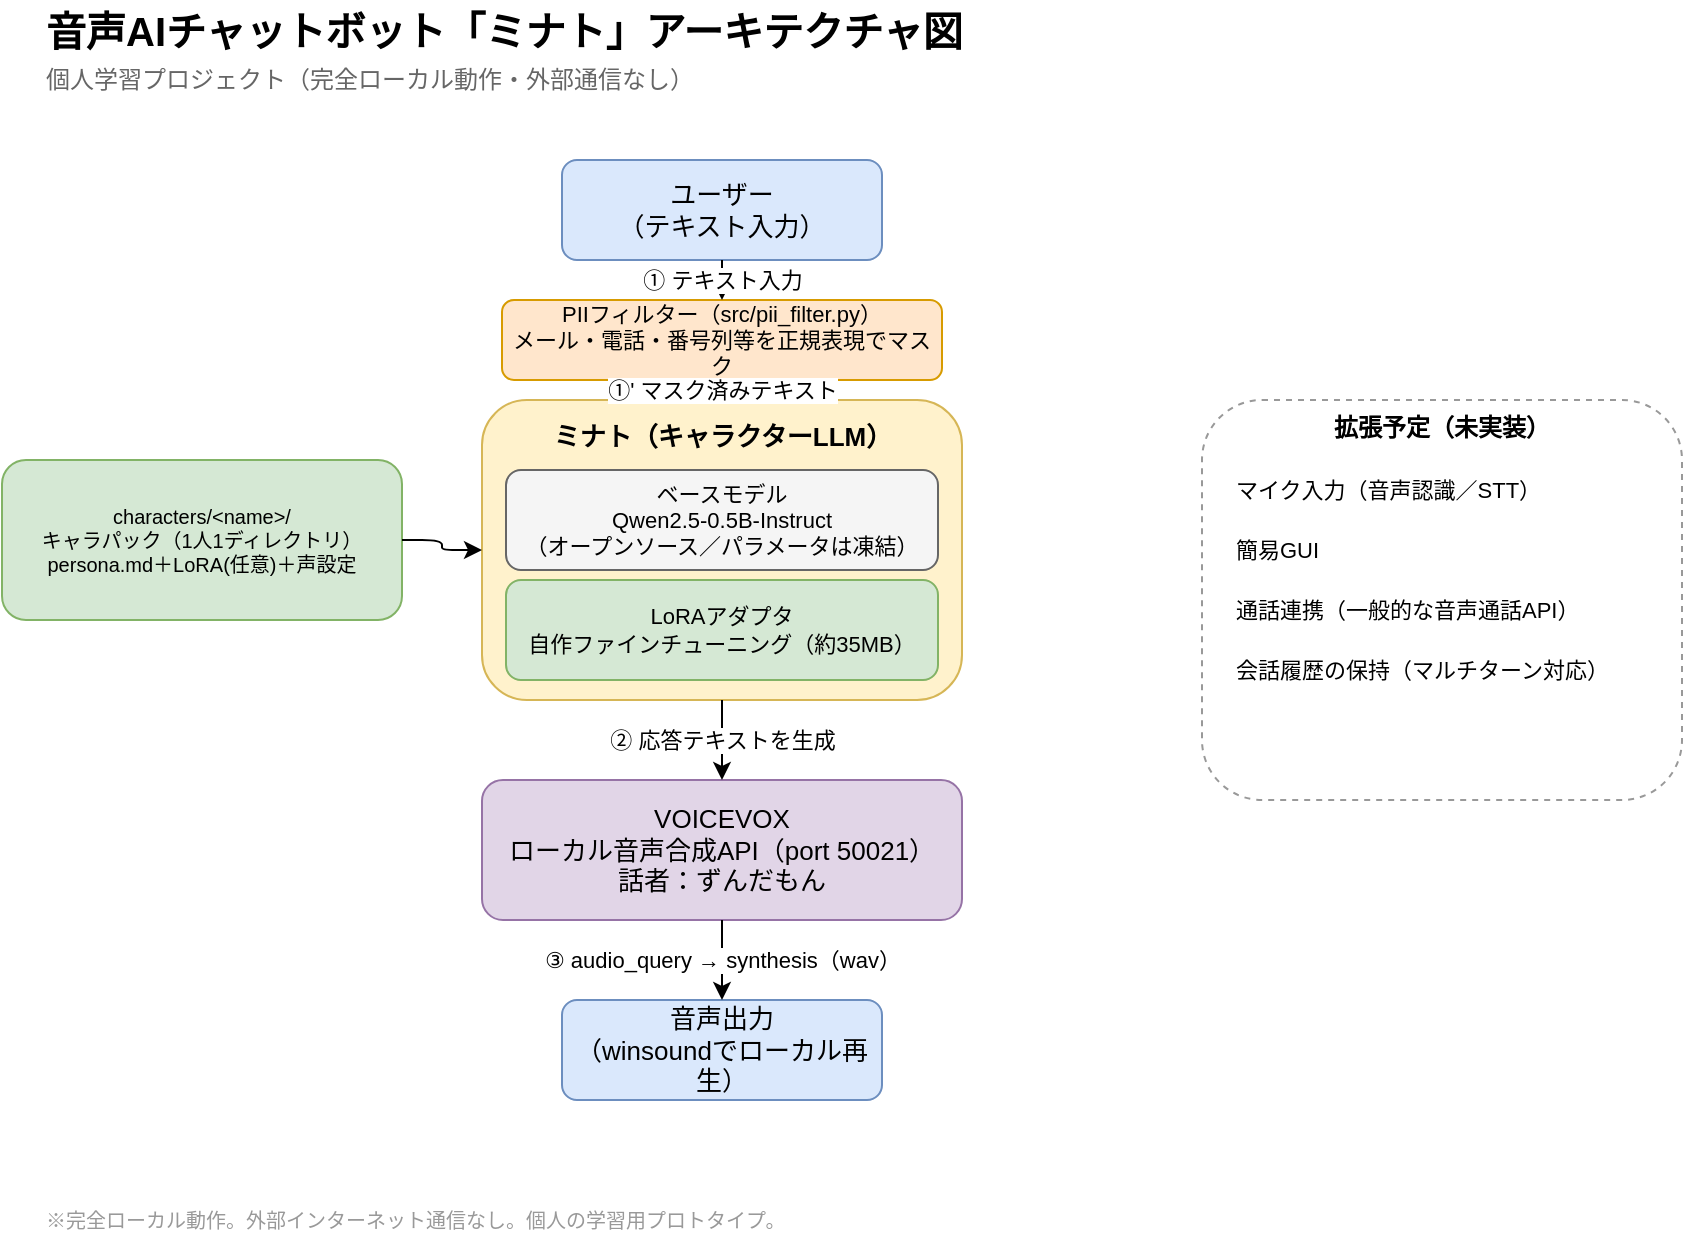
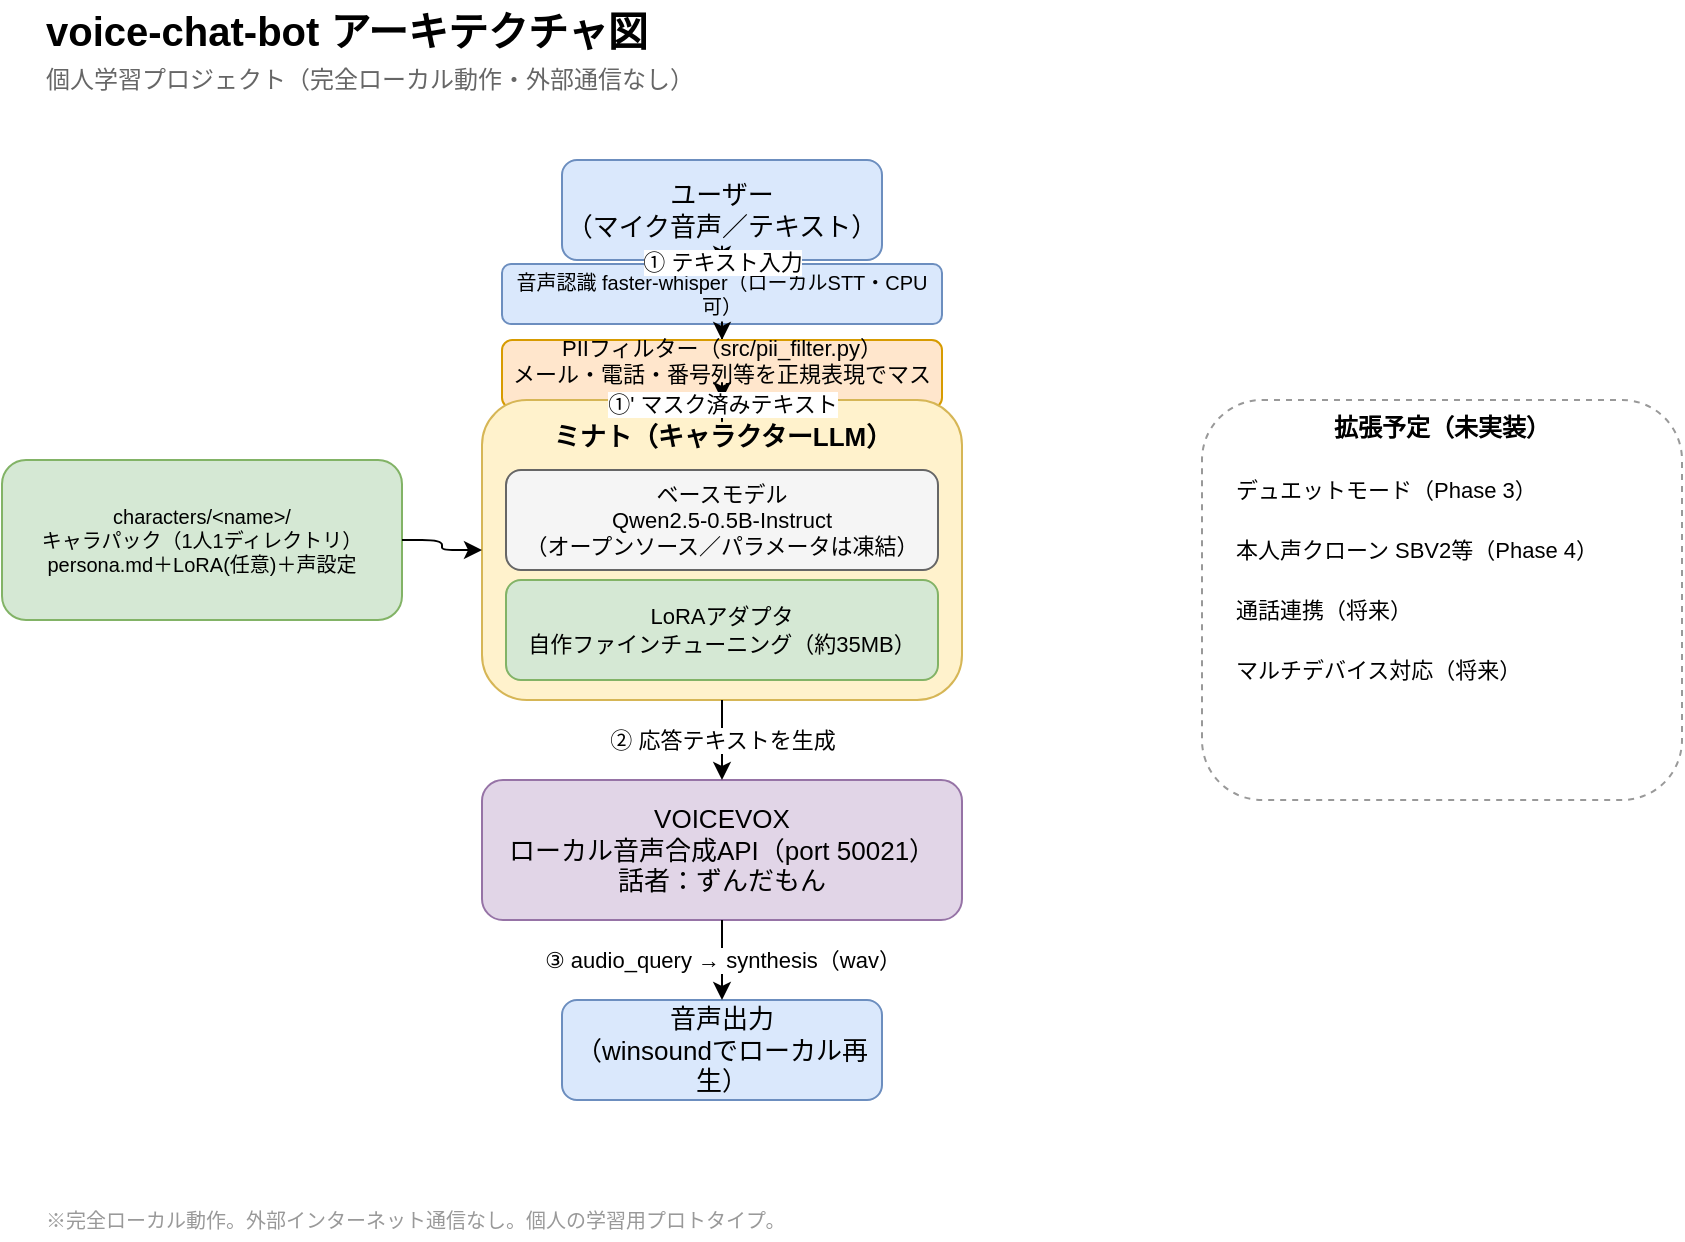
<?xml version="1.0" encoding="UTF-8"?>
<mxfile host="app.diagrams.net">
  <diagram id="minato-architecture" name="ミナト アーキテクチャ">
    <mxGraphModel dx="800" dy="600" grid="1" gridSize="10" guides="1" tooltips="1" connect="1" arrows="1" fold="1" page="1" pageScale="1" pageWidth="900" pageHeight="700" math="0" shadow="0">
      <root>
        <mxCell id="0" />
        <mxCell id="1" parent="0" />

        <!-- Title -->
-         <mxCell id="title" value="音声AIチャットボット「ミナト」アーキテクチャ図" style="text;html=1;fontSize=20;fontStyle=1;align=left;verticalAlign=middle;" vertex="1" parent="1">
+         <mxCell id="title" value="voice-chat-bot アーキテクチャ図" style="text;html=1;fontSize=20;fontStyle=1;align=left;verticalAlign=middle;" vertex="1" parent="1">
          <mxGeometry x="40" y="20" width="600" height="30" as="geometry" />
        </mxCell>
        <mxCell id="subtitle" value="個人学習プロジェクト（完全ローカル動作・外部通信なし）" style="text;html=1;fontSize=12;fontColor=#666666;align=left;verticalAlign=middle;" vertex="1" parent="1">
          <mxGeometry x="40" y="50" width="600" height="20" as="geometry" />
        </mxCell>

        <!-- User -->
-         <mxCell id="user" value="ユーザー&lt;br&gt;（テキスト入力）" style="rounded=1;whiteSpace=wrap;html=1;fillColor=#DAE8FC;strokeColor=#6C8EBF;fontSize=13;" vertex="1" parent="1">
+         <mxCell id="user" value="ユーザー&lt;br&gt;（マイク音声／テキスト）" style="rounded=1;whiteSpace=wrap;html=1;fillColor=#DAE8FC;strokeColor=#6C8EBF;fontSize=13;" vertex="1" parent="1">
          <mxGeometry x="300" y="100" width="160" height="50" as="geometry" />
+         </mxCell>
+ 
+         <!-- STT -->
+         <mxCell id="sttBox" value="音声認識 faster-whisper（ローカルSTT・CPU可）" style="rounded=1;whiteSpace=wrap;html=1;fillColor=#DAE8FC;strokeColor=#6C8EBF;fontSize=10;" vertex="1" parent="1">
+           <mxGeometry x="270" y="152" width="220" height="30" as="geometry" />
+         </mxCell>
+         <mxCell id="eStt" style="edgeStyle=orthogonalEdgeStyle;html=1;" edge="1" parent="1" source="sttBox" target="piiFilter">
+           <mxGeometry relative="1" as="geometry" />
        </mxCell>

        <!-- PII filter (guardrail) -->
        <mxCell id="piiFilter" value="PIIフィルター（src/pii_filter.py）&lt;br&gt;メール・電話・番号列等を正規表現でマスク" style="rounded=1;whiteSpace=wrap;html=1;fillColor=#FFE6CC;strokeColor=#D79B00;fontSize=11;" vertex="1" parent="1">
-           <mxGeometry x="270" y="170" width="220" height="40" as="geometry" />
+           <mxGeometry x="270" y="190" width="220" height="34" as="geometry" />
        </mxCell>

        <!-- LLM container box (background) -->
        <mxCell id="llmBox" value="" style="rounded=1;whiteSpace=wrap;html=1;fillColor=#FFF2CC;strokeColor=#D6B656;verticalAlign=top;" vertex="1" parent="1">
          <mxGeometry x="260" y="220" width="240" height="150" as="geometry" />
        </mxCell>
        <mxCell id="llmTitle" value="ミナト（キャラクターLLM）" style="text;html=1;fontSize=13;fontStyle=1;align=center;verticalAlign=middle;" vertex="1" parent="1">
          <mxGeometry x="260" y="228" width="240" height="20" as="geometry" />
        </mxCell>
        <mxCell id="baseModel" value="ベースモデル&lt;br&gt;Qwen2.5-0.5B-Instruct&lt;br&gt;（オープンソース／パラメータは凍結）" style="rounded=1;whiteSpace=wrap;html=1;fillColor=#F5F5F5;strokeColor=#666666;fontSize=11;" vertex="1" parent="1">
          <mxGeometry x="272" y="255" width="216" height="50" as="geometry" />
        </mxCell>
        <mxCell id="loraModel" value="LoRAアダプタ&lt;br&gt;自作ファインチューニング（約35MB）" style="rounded=1;whiteSpace=wrap;html=1;fillColor=#D5E8D4;strokeColor=#82B366;fontSize=11;" vertex="1" parent="1">
          <mxGeometry x="272" y="310" width="216" height="50" as="geometry" />
        </mxCell>

        <!-- Character packs -->
        <mxCell id="charPacks" value="characters/&amp;lt;name&amp;gt;/&lt;br&gt;キャラパック（1人1ディレクトリ）&lt;br&gt;persona.md＋LoRA(任意)＋声設定" style="rounded=1;whiteSpace=wrap;html=1;fillColor=#D5E8D4;strokeColor=#82B366;fontSize=10;" vertex="1" parent="1">
          <mxGeometry x="20" y="250" width="200" height="80" as="geometry" />
        </mxCell>
        <mxCell id="eCharPacks" style="edgeStyle=orthogonalEdgeStyle;html=1;" edge="1" parent="1" source="charPacks" target="llmBox">
          <mxGeometry relative="1" as="geometry" />
        </mxCell>

        <!-- VOICEVOX -->
        <mxCell id="voicevox" value="VOICEVOX&lt;br&gt;ローカル音声合成API（port 50021）&lt;br&gt;話者：ずんだもん" style="rounded=1;whiteSpace=wrap;html=1;fillColor=#E1D5E7;strokeColor=#9673A6;fontSize=13;" vertex="1" parent="1">
          <mxGeometry x="260" y="410" width="240" height="70" as="geometry" />
        </mxCell>

        <!-- Output -->
        <mxCell id="output" value="音声出力&lt;br&gt;（winsoundでローカル再生）" style="rounded=1;whiteSpace=wrap;html=1;fillColor=#DAE8FC;strokeColor=#6C8EBF;fontSize=13;" vertex="1" parent="1">
          <mxGeometry x="300" y="520" width="160" height="50" as="geometry" />
        </mxCell>

        <!-- Edges -->
-         <mxCell id="e1" value="① テキスト入力" style="edgeStyle=orthogonalEdgeStyle;html=1;fontSize=11;" edge="1" parent="1" source="user" target="piiFilter">
+         <mxCell id="e1" value="① テキスト入力" style="edgeStyle=orthogonalEdgeStyle;html=1;fontSize=11;" edge="1" parent="1" source="user" target="sttBox">
          <mxGeometry relative="1" as="geometry" />
        </mxCell>
        <mxCell id="e1b" value="①&#39; マスク済みテキスト" style="edgeStyle=orthogonalEdgeStyle;html=1;fontSize=11;" edge="1" parent="1" source="piiFilter" target="llmBox">
          <mxGeometry relative="1" as="geometry" />
        </mxCell>
        <mxCell id="e2" value="② 応答テキストを生成" style="edgeStyle=orthogonalEdgeStyle;html=1;fontSize=11;" edge="1" parent="1" source="llmBox" target="voicevox">
          <mxGeometry relative="1" as="geometry" />
        </mxCell>
        <mxCell id="e3" value="③ audio_query → synthesis（wav）" style="edgeStyle=orthogonalEdgeStyle;html=1;fontSize=11;" edge="1" parent="1" source="voicevox" target="output">
          <mxGeometry relative="1" as="geometry" />
        </mxCell>

        <!-- Future expansion box -->
        <mxCell id="futureBox" value="拡張予定（未実装）" style="rounded=1;whiteSpace=wrap;html=1;dashed=1;fillColor=none;strokeColor=#999999;verticalAlign=top;fontStyle=1;fontSize=12;align=center;" vertex="1" parent="1">
          <mxGeometry x="620" y="220" width="240" height="200" as="geometry" />
        </mxCell>
-         <mxCell id="future1" value="マイク入力（音声認識／STT）" style="text;html=1;fontSize=11;align=left;verticalAlign=middle;" vertex="1" parent="1">
+         <mxCell id="future1" value="デュエットモード（Phase 3）" style="text;html=1;fontSize=11;align=left;verticalAlign=middle;" vertex="1" parent="1">
          <mxGeometry x="635" y="255" width="210" height="20" as="geometry" />
        </mxCell>
-         <mxCell id="future2" value="簡易GUI" style="text;html=1;fontSize=11;align=left;verticalAlign=middle;" vertex="1" parent="1">
+         <mxCell id="future2" value="本人声クローン SBV2等（Phase 4）" style="text;html=1;fontSize=11;align=left;verticalAlign=middle;" vertex="1" parent="1">
          <mxGeometry x="635" y="285" width="210" height="20" as="geometry" />
        </mxCell>
-         <mxCell id="future3" value="通話連携（一般的な音声通話API）" style="text;html=1;fontSize=11;align=left;verticalAlign=middle;" vertex="1" parent="1">
+         <mxCell id="future3" value="通話連携（将来）" style="text;html=1;fontSize=11;align=left;verticalAlign=middle;" vertex="1" parent="1">
          <mxGeometry x="635" y="315" width="210" height="20" as="geometry" />
        </mxCell>
-         <mxCell id="future4" value="会話履歴の保持（マルチターン対応）" style="text;html=1;fontSize=11;align=left;verticalAlign=middle;" vertex="1" parent="1">
+         <mxCell id="future4" value="マルチデバイス対応（将来）" style="text;html=1;fontSize=11;align=left;verticalAlign=middle;" vertex="1" parent="1">
          <mxGeometry x="635" y="345" width="210" height="20" as="geometry" />
        </mxCell>

        <!-- Footer -->
        <mxCell id="footer" value="※完全ローカル動作。外部インターネット通信なし。個人の学習用プロトタイプ。" style="text;html=1;fontSize=10;fontColor=#999999;align=left;verticalAlign=middle;" vertex="1" parent="1">
          <mxGeometry x="40" y="620" width="600" height="20" as="geometry" />
        </mxCell>

      </root>
    </mxGraphModel>
  </diagram>
</mxfile>
